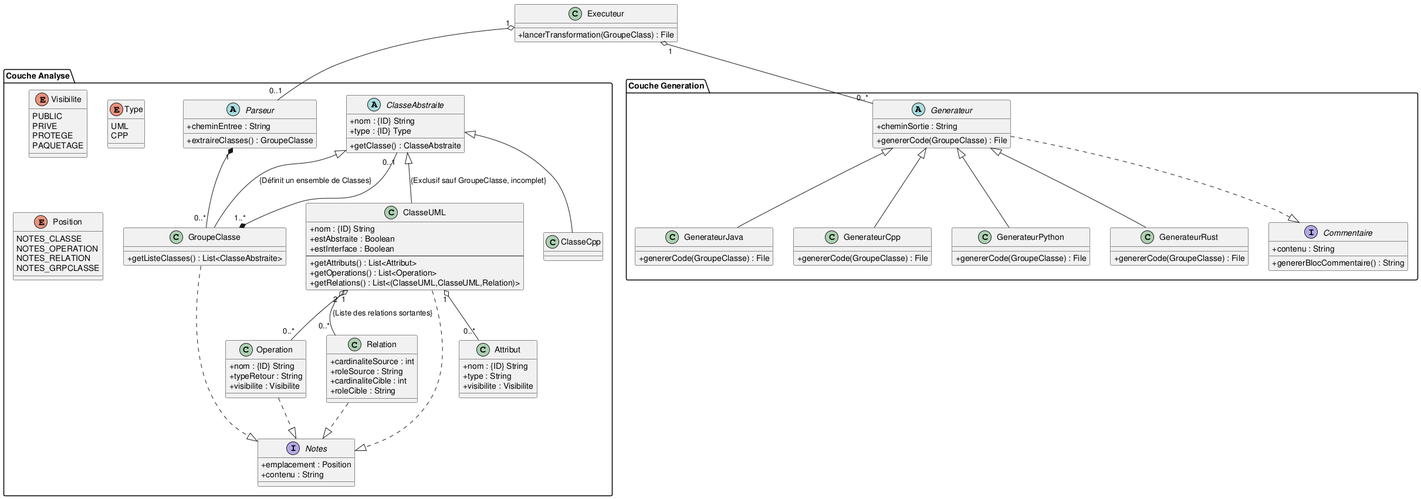
Earlier version of the PlantUML export doc/class_diag_uml2java.png (RasdaCorentin/PlantUML2Code).
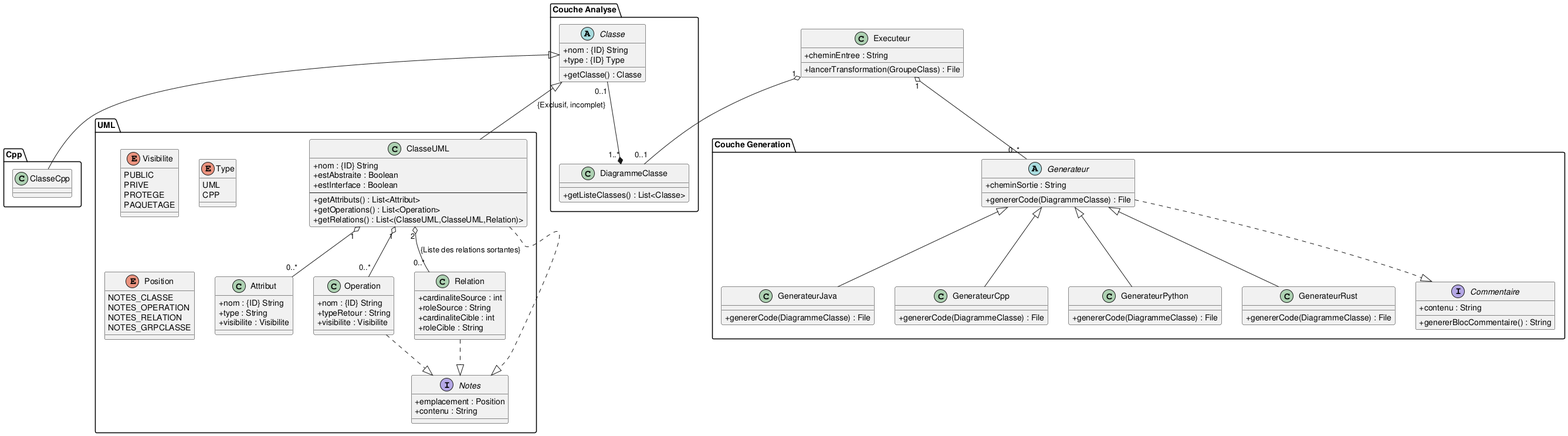
Above is the later version.

Commit message:
Modif Diagramme de classe

The edit, as a diff of the source:
```diff
@@ -2,21 +2,22 @@
 skinparam classAttributeIconSize 0
 
 class Executeur {
+  +cheminEntree : String
   +lancerTransformation(GroupeClass) : File
 }
 
 package "Couche Analyse" {
-	abstract class Parseur {
-	  +cheminEntree : String
-	  +extraireClasses() : GroupeClasse
+	class DiagrammeClasse {
+	 +getListeClasses() : List<Classe>
 	}
 
-	abstract class ClasseAbstraite {
+	abstract class Classe {
 	  +nom : {ID} String
 	  +type : {ID} Type
-	  +getClasse() : ClasseAbstraite
+	  +getClasse() : Classe
 	}
-
+}
+package UML{
 	class ClasseUML {
 	  +nom : {ID} String
 	  +estAbstraite : Boolean
@@ -58,17 +59,10 @@
 	}
 
 
-	ClasseAbstraite <|--  ClasseUML : {Exclusif sauf GroupeClasse, incomplet}
-	ClasseAbstraite <|-- "ClasseCpp"
-	ClasseAbstraite <|-- GroupeClasse : {Définit un ensemble de Classes}
+	Classe <|--  ClasseUML : {Exclusif, incomplet}
+	Classe "0..1" --* "1..*" DiagrammeClasse
 
-	class ClasseCpp{}
 
-	ClasseAbstraite "0..1" --* "1..*" GroupeClasse
-
-	class GroupeClasse {
-	 +getListeClasses() : List<ClasseAbstraite>
-	}
 
 	enum Type {
 	  UML
@@ -86,34 +80,32 @@
 	 +emplacement : Position
 	 +contenu : String
 	}
-	GroupeClasse ..|> Notes
 	ClasseUML ..|> Notes
 	Relation ..|> Notes
 	Operation ..|> Notes
 
-	Parseur "1" *-- "0..*" GroupeClasse
 }
 
 package "Couche Generation" {
     abstract class Generateur {
         +cheminSortie : String
-        +genererCode(GroupeClasse) : File
+        +genererCode(DiagrammeClasse) : File
     }
 
     class GenerateurJava {
-        +genererCode(GroupeClasse) : File
+        +genererCode(DiagrammeClasse) : File
     }
 
     class GenerateurCpp {
-        +genererCode(GroupeClasse) : File
+        +genererCode(DiagrammeClasse) : File
     }
 
     class GenerateurPython {
-        +genererCode(GroupeClasse) : File
+        +genererCode(DiagrammeClasse) : File
     }
 
     class GenerateurRust {
-        +genererCode(GroupeClasse) : File
+        +genererCode(DiagrammeClasse) : File
     }
 
     interface Commentaire {
@@ -124,11 +116,17 @@
     Generateur ..|> Commentaire
 }
 
-Executeur "1"  o-- "0..1" Parseur
+Executeur "1"  o-- "0..1" DiagrammeClasse
 Executeur "1" o-- "0..*" Generateur
 
 Generateur <|-- GenerateurJava
 Generateur <|-- GenerateurCpp
 Generateur <|-- GenerateurPython
 Generateur <|-- GenerateurRust
+
+package Cpp{
+	class ClasseCpp{}
+}
+
+Classe <|-- "ClasseCpp"
 @enduml
```
